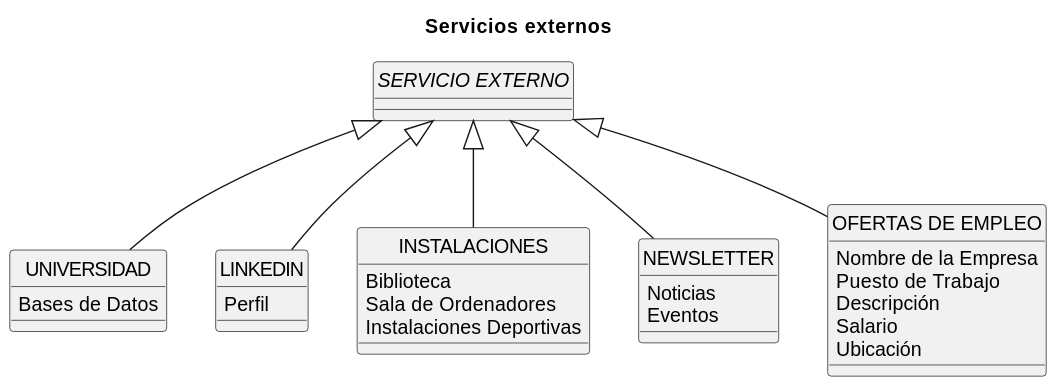
The PlantUML diagram Modelo_de_Dominio/Diagramas_de_Clases/Diagrama_de_Servicios_Externos/Diagrama_de_Servicios_Externos.svg in mmasias/23-24-IdSw1-SDR, before a commit. Source of this version:
```plantuml
@startuml AlumniExternalServices

title Servicios externos

skinparam backgroundColor white
skinparam defaultFontName Arial
hide circle

abstract "SERVICIO EXTERNO"
{
}

class UNIVERSIDAD
{
    Bases de Datos
}

class LINKEDIN
{
    Perfil
}

class INSTALACIONES
{
    Biblioteca
    Sala de Ordenadores
    Instalaciones Deportivas
}

class NEWSLETTER
{
    Noticias
    Eventos
}

class "OFERTAS DE EMPLEO"
{
    Nombre de la Empresa
    Puesto de Trabajo
    Descripción
    Salario
    Ubicación
}

"SERVICIO EXTERNO" <|-- UNIVERSIDAD
"SERVICIO EXTERNO" <|-- LINKEDIN
"SERVICIO EXTERNO" <|-- INSTALACIONES
"SERVICIO EXTERNO" <|-- NEWSLETTER
"SERVICIO EXTERNO" <|-- "OFERTAS DE EMPLEO"

@enduml
```
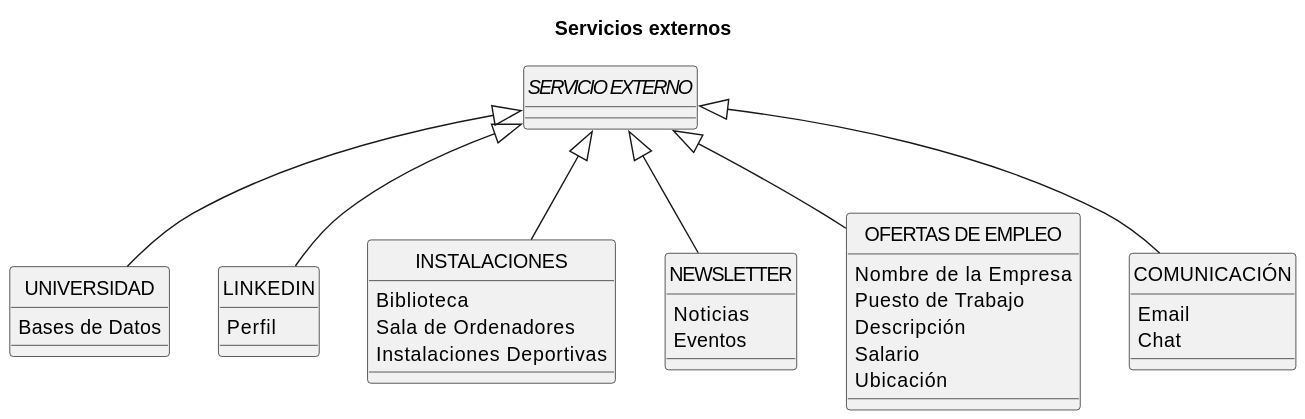
After the change.

Commit message:
Remove unused service diagrams

What changed in the source:
```diff
@@ -42,10 +42,17 @@
     Ubicación
 }
 
+class COMUNICACIÓN
+{
+    Email
+    Chat
+}
+
 "SERVICIO EXTERNO" <|-- UNIVERSIDAD
 "SERVICIO EXTERNO" <|-- LINKEDIN
 "SERVICIO EXTERNO" <|-- INSTALACIONES
 "SERVICIO EXTERNO" <|-- NEWSLETTER
 "SERVICIO EXTERNO" <|-- "OFERTAS DE EMPLEO"
+"SERVICIO EXTERNO" <|-- COMUNICACIÓN
 
 @enduml
```
